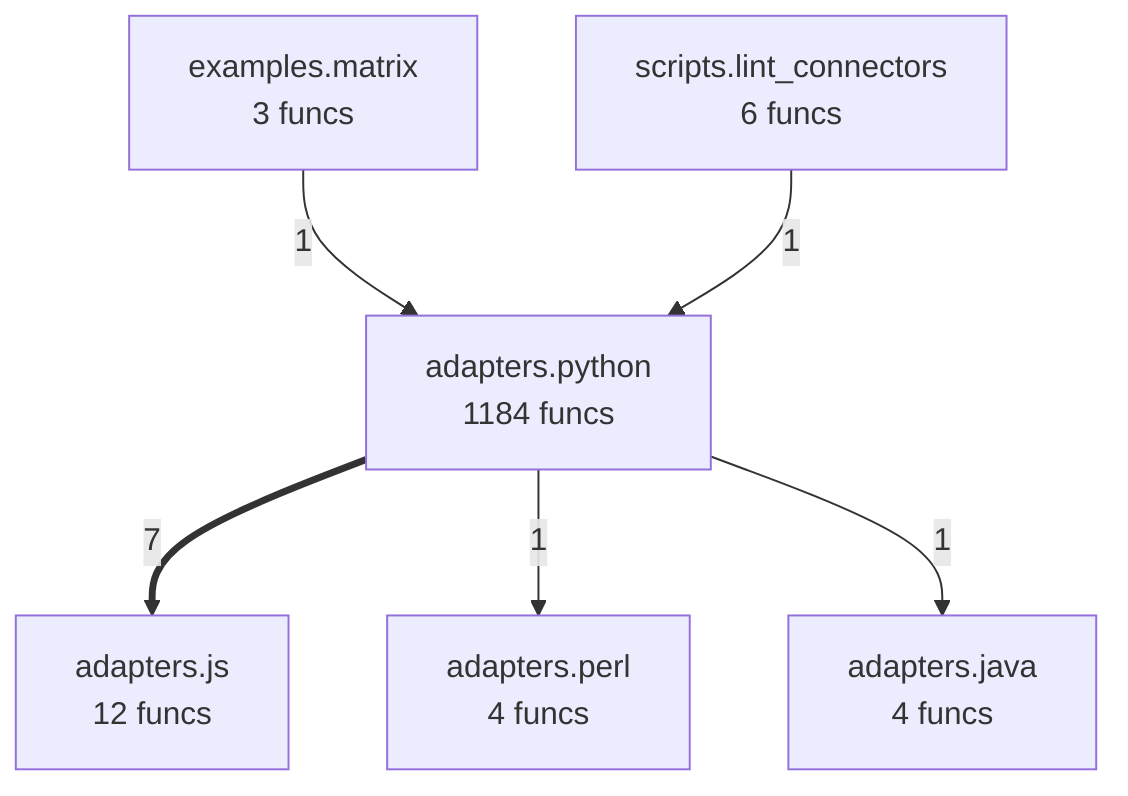
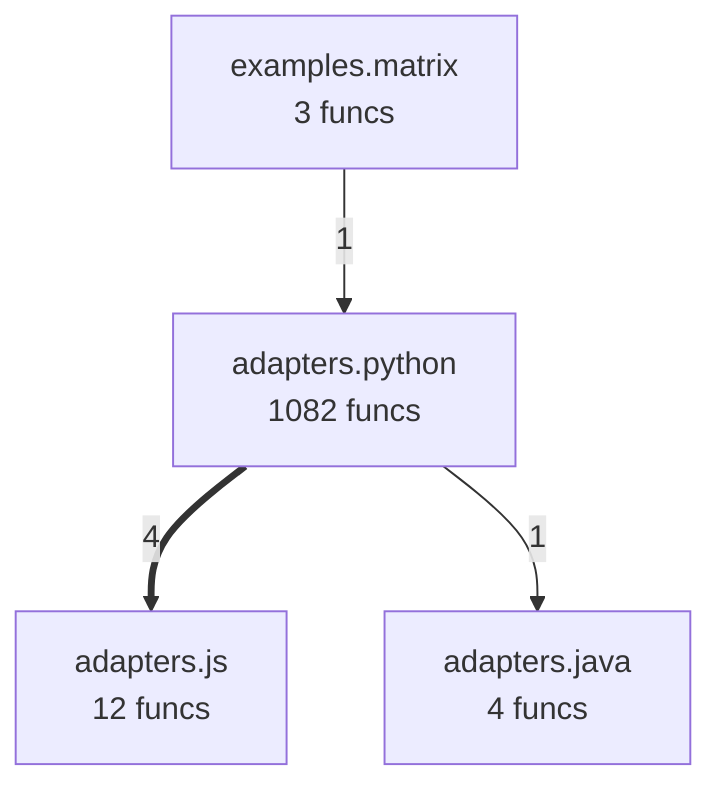
flowchart TD
%% generated in 0.03s
    adapters__java["adapters.java<br/>4 funcs"]
    adapters__js["adapters.js<br/>12 funcs"]
-     adapters__perl["adapters.perl<br/>4 funcs"]
-     adapters__python["adapters.python<br/>1184 funcs"]
+     adapters__python["adapters.python<br/>1082 funcs"]
    examples__matrix["examples.matrix<br/>3 funcs"]
-     scripts__lint_connectors["scripts.lint_connectors<br/>6 funcs"]
-     adapters__python ==>|7| adapters__js
+     adapters__python ==>|4| adapters__js
    examples__matrix -->|1| adapters__python
-     scripts__lint_connectors -->|1| adapters__python
-     adapters__python -->|1| adapters__perl
    adapters__python -->|1| adapters__java
